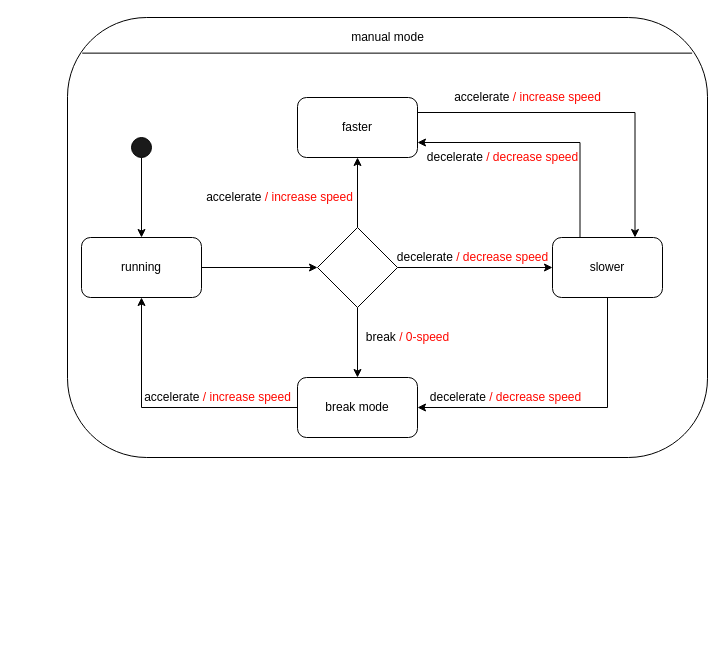
Above: 4.2_A2_SOEN331.drawio in SamanthaGuillemette/SOEN331_A2 (draw.io), before the change. Source tidied: cells renumbered, new cells numbered last; positions are measured from the earlier drawing's top-left corner, leaving out a move shared by most shapes. Both pictures are drawn from the tidied source at 100%, with x=0, y=0 at pixel (67, 17).
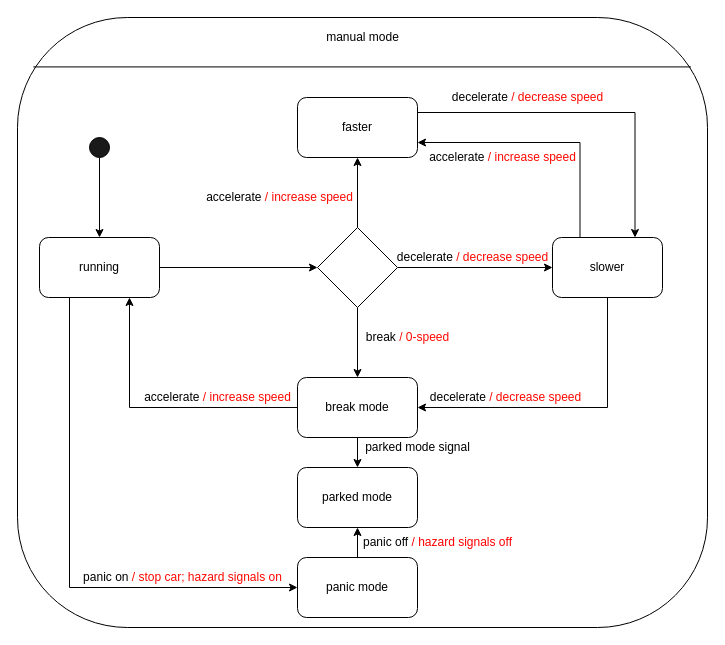
The same page after the edit.

Unchanged cells that the change refers to:
```xml
<mxCell id="8" value="break mode" style="rounded=1;whiteSpace=wrap;html=1;direction=east;" parent="1" vertex="1">
  <mxGeometry x="230" y="360" width="120" height="60" as="geometry" />
</mxCell>
```

Diff of the diagram source:
```diff
@@
     <mxCell id="2" style="rounded=1;whiteSpace=wrap;html=1;arcSize=18;" parent="1" vertex="1">
-      <mxGeometry width="640" height="440" as="geometry" />
+      <mxGeometry x="-50" width="690" height="610" as="geometry" />
     </mxCell>
@@
     <mxCell id="4" style="ellipse;whiteSpace=wrap;html=1;fillColor=#1A1A1A;direction=south;" parent="1" vertex="1">
-      <mxGeometry x="64" y="120" width="20" height="20" as="geometry" />
+      <mxGeometry x="22" y="120" width="20" height="20" as="geometry" />
     </mxCell>
@@
+    <mxCell id="27" style="edgeStyle=orthogonalEdgeStyle;rounded=0;jettySize=auto;html=1;exitX=0.25;exitY=1;exitDx=0;exitDy=0;entryX=0;entryY=0.5;entryDx=0;entryDy=0;" parent="1" edge="1" source="6" target="32">
+      <mxGeometry relative="1" as="geometry" />
+    </mxCell>
     <mxCell id="6" value="running" style="rounded=1;whiteSpace=wrap;html=1;direction=east;" parent="1" vertex="1">
-      <mxGeometry x="14" y="220" width="120" height="60" as="geometry" />
+      <mxGeometry x="-28" y="220" width="120" height="60" as="geometry" />
     </mxCell>
-    <mxCell id="7" style="edgeStyle=orthogonalEdgeStyle;rounded=0;jettySize=auto;html=1;exitX=0;exitY=0.5;exitDx=0;exitDy=0;" parent="1" edge="1" source="8" target="6">
+    <mxCell id="7" style="edgeStyle=orthogonalEdgeStyle;rounded=0;jettySize=auto;html=1;exitX=0;exitY=0.5;exitDx=0;exitDy=0;entryX=0.75;entryY=1;entryDx=0;entryDy=0;" parent="1" edge="1" source="8" target="6">
       <mxGeometry relative="1" as="geometry" />
     </mxCell>
+    <mxCell id="28" style="edgeStyle=orthogonalEdgeStyle;rounded=0;jettySize=auto;html=1;" parent="1" edge="1" source="8" target="29">
+      <mxGeometry relative="1" as="geometry" />
+    </mxCell>
@@
+    <mxCell id="29" value="parked mode" style="rounded=1;whiteSpace=wrap;html=1;direction=east;" parent="1" vertex="1">
+      <mxGeometry x="230" y="450" width="120" height="60" as="geometry" />
+    </mxCell>
@@
-    <mxCell id="19" value="decelerate &lt;font color=&quot;#ff0800&quot;&gt;/ decrease speed&lt;/font&gt;" style="text;html=1;align=center;verticalAlign=middle;" parent="1" vertex="1">
-      <mxGeometry x="350" y="130" width="170" height="20" as="geometry" />
+    <mxCell id="19" value="accelerate &lt;font color=&quot;#ff0800&quot;&gt;/ increase speed&lt;/font&gt;" style="text;html=1;align=center;verticalAlign=middle;" parent="1" vertex="1">
+      <mxGeometry x="355" y="130" width="160" height="20" as="geometry" />
     </mxCell>
-    <mxCell id="20" value="accelerate &lt;font color=&quot;#ff0800&quot;&gt;/ increase speed&lt;/font&gt;" style="text;html=1;align=center;verticalAlign=middle;" parent="1" vertex="1">
-      <mxGeometry x="380" y="70" width="160" height="20" as="geometry" />
+    <mxCell id="20" value="decelerate &lt;font color=&quot;#ff0800&quot;&gt;/ decrease speed&lt;/font&gt;" style="text;html=1;align=center;verticalAlign=middle;" parent="1" vertex="1">
+      <mxGeometry x="375" y="70" width="170" height="20" as="geometry" />
     </mxCell>
@@
     <mxCell id="25" value="manual mode" style="text;html=1;align=center;verticalAlign=middle;" parent="1" vertex="1">
-      <mxGeometry x="275" y="10" width="90" height="20" as="geometry" />
+      <mxGeometry x="250" y="10" width="90" height="20" as="geometry" />
     </mxCell>
@@
+    <mxCell id="30" value="parked mode signal" style="text;html=1;align=center;verticalAlign=middle;" parent="1" vertex="1">
+      <mxGeometry x="290" y="420" width="120" height="20" as="geometry" />
+    </mxCell>
+    <mxCell id="31" style="edgeStyle=orthogonalEdgeStyle;rounded=0;jettySize=auto;html=1;exitX=0.5;exitY=0;exitDx=0;exitDy=0;" parent="1" edge="1" source="32" target="29">
+      <mxGeometry relative="1" as="geometry" />
+    </mxCell>
+    <mxCell id="32" value="panic mode" style="rounded=1;whiteSpace=wrap;html=1;direction=east;" parent="1" vertex="1">
+      <mxGeometry x="230" y="540" width="120" height="60" as="geometry" />
+    </mxCell>
+    <mxCell id="33" value="panic on&amp;nbsp;&lt;font color=&quot;#ff0800&quot;&gt;/ stop car; hazard signals on&lt;/font&gt;" style="text;html=1;align=center;verticalAlign=middle;" parent="1" vertex="1">
+      <mxGeometry x="10" y="550" width="210" height="20" as="geometry" />
+    </mxCell>
+    <mxCell id="34" value="panic off &lt;font color=&quot;#ff0000&quot;&gt;/ hazard signals off&lt;/font&gt;" style="text;html=1;align=center;verticalAlign=middle;" parent="1" vertex="1">
+      <mxGeometry x="290" y="515" width="160" height="20" as="geometry" />
+    </mxCell>
```
